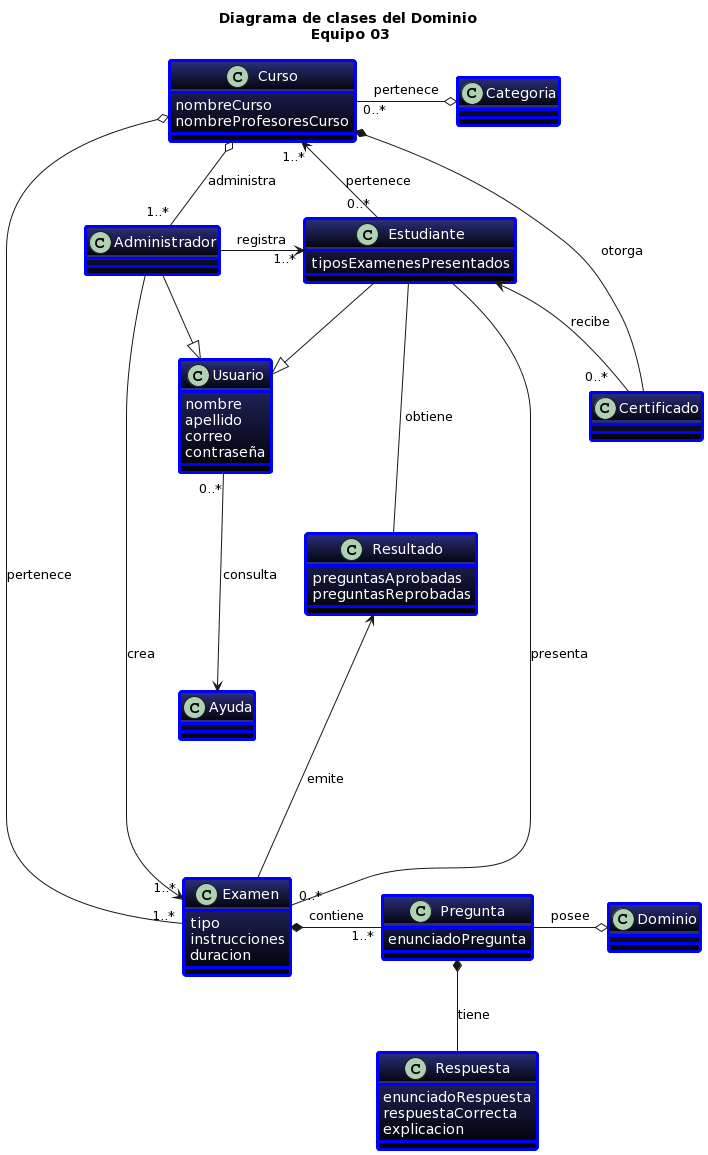
Earlier version of the PlantUML export docs/scenariosView/diagramaClasesDominio/Diagrama de clases.png (febres35/EdTech_IS).
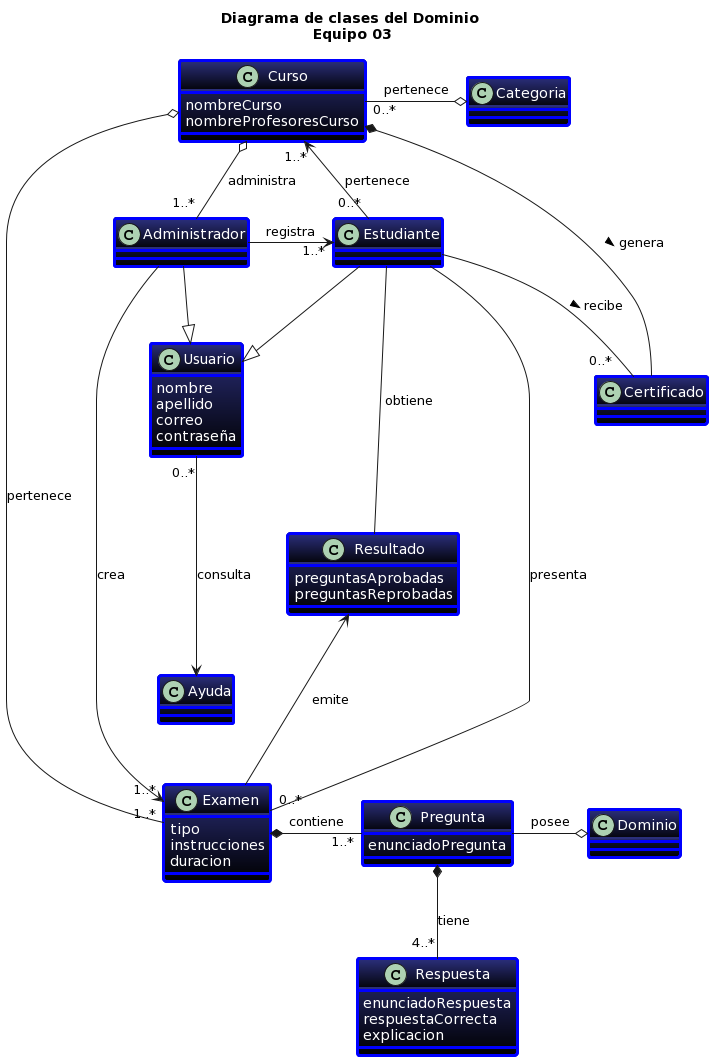
After the change.

Commit message:
subida png diagrama de clases

What changed in the source:
```diff
@@ -16,7 +16,6 @@
 class Administrador
 
 class Estudiante{
-  tiposExamenesPresentados
 }
 
 class Ayuda
@@ -61,16 +60,16 @@
 
 Estudiante "0..*"-right->"    1..*"Curso: pertenece
 Estudiante -right- "0..*"Examen: presenta
-Estudiante <-- "0..*   "Certificado: recibe
+Estudiante -- "0..*   "Certificado: > recibe
 Estudiante --- Resultado: "obtiene          "
 
 Examen *-right- "1..*"Pregunta: contiene
-Examen -up---> Resultado: emite
+Examen -up--> Resultado: emite
 
-Pregunta *-down- Respuesta: tiene
+Pregunta *-down- "4..*" Respuesta: tiene
 Pregunta -right-o Dominio: posee
 
 Curso "0..*" -right-o Categoria: pertenece
 Curso o----- "1..*"Examen: pertenece
-Curso *- Certificado: otorga
+Curso *- Certificado: > genera
 @enduml
```
